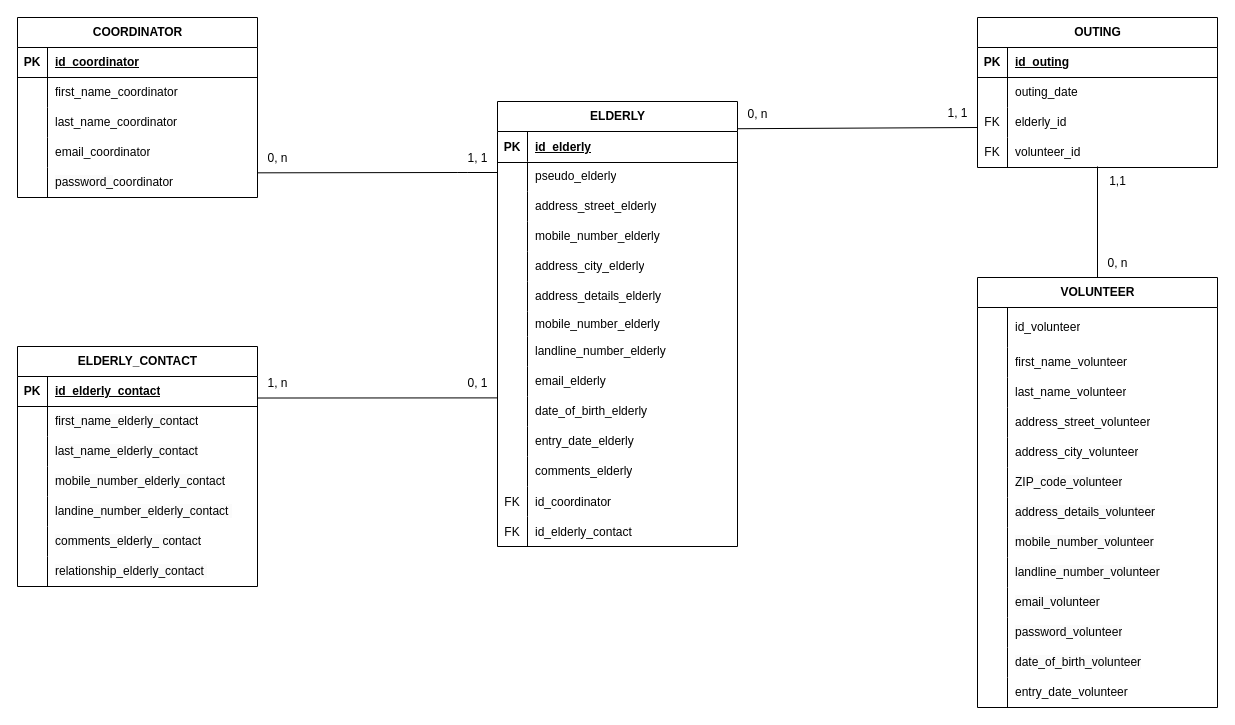
Earlier version of the draw.io diagram page "MLD_MaE" (2 of 4) of MCD_MaE.drawio (AnneGicquel/MCD_Marche_avec_Eliane). Source tidied: cells renumbered, new cells numbered last; positions are measured from the earlier drawing's top-left corner, leaving out a move shared by most shapes. Both pictures are drawn from the tidied source at 100%, with x=0, y=0 at pixel (17, 17).
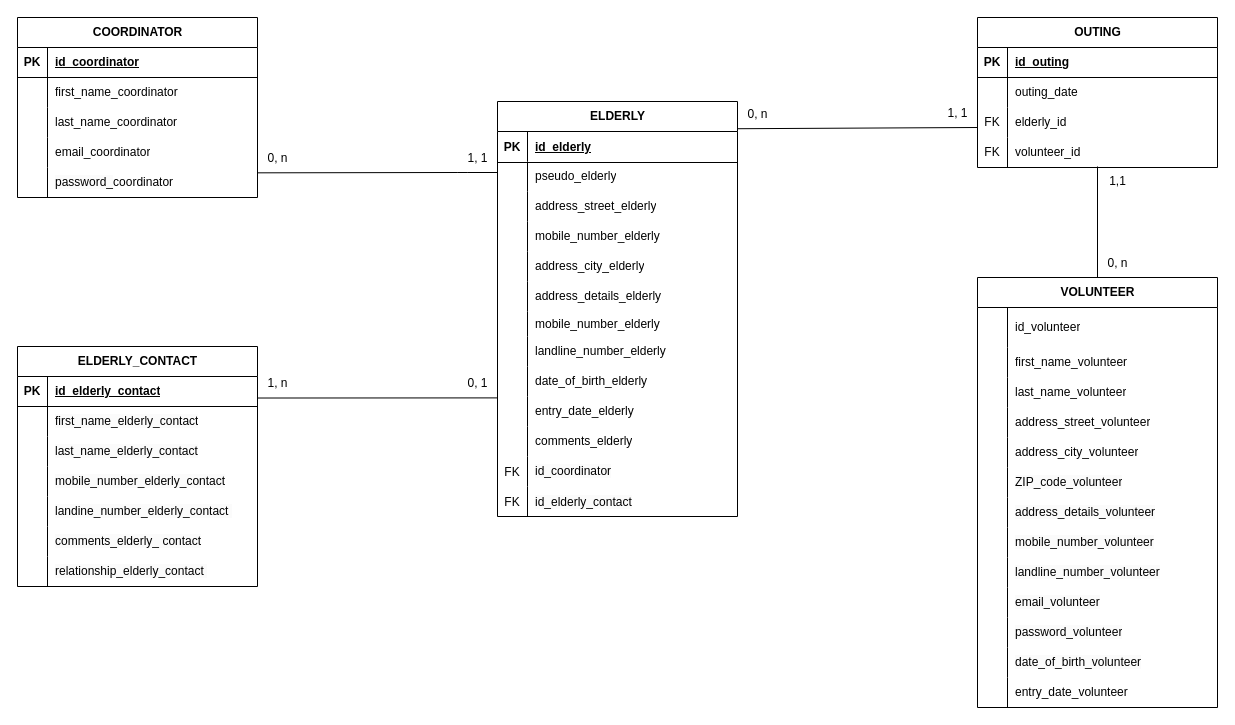
The same page after the edit.

The change refers to these unchanged cells:
```xml
<mxCell id="136" style="shape=tableRow;horizontal=0;startSize=0;swimlaneHead=0;swimlaneBody=0;fillColor=none;top=0;left=0;right=0;bottom=0;rounded=0;" parent="1" vertex="1">
  <mxGeometry x="480" y="500" width="240" height="30" as="geometry" />
</mxCell>
```

Change to the diagram source:
```diff
@@
     <mxCell id="31" value="ELDERLY" style="shape=table;startSize=30;childLayout=tableLayout;rowLines=0;fontStyle=1;align=center;html=1;rounded=0;" parent="1" vertex="1">
-      <mxGeometry x="480" y="84" width="240" height="445" as="geometry" />
+      <mxGeometry x="480" y="84" width="240" height="415" as="geometry" />
     </mxCell>
@@
-    <mxCell id="56" style="shape=tableRow;horizontal=0;startSize=0;swimlaneHead=0;swimlaneBody=0;fillColor=none;top=0;left=0;right=0;bottom=0;rounded=0;" parent="31" vertex="1">
-      <mxGeometry y="265" width="240" height="30" as="geometry" />
-    </mxCell>
-    <mxCell id="57" style="shape=partialRectangle;fillColor=none;top=0;left=0;bottom=0;right=0;overflow=hidden;whiteSpace=wrap;html=1;rounded=0;" parent="56" vertex="1">
-      <mxGeometry width="30" height="30" as="geometry" />
-    </mxCell>
-    <mxCell id="58" value="&lt;span style=&quot;white-space-collapse: preserve;&quot;&gt;email_&lt;/span&gt;&lt;span style=&quot;text-align: center; text-wrap: nowrap;&quot;&gt;elderly&lt;/span&gt;" style="shape=partialRectangle;fillColor=none;top=0;left=0;bottom=0;right=0;align=left;spacingLeft=6;overflow=hidden;whiteSpace=wrap;html=1;rounded=0;" parent="56" vertex="1">
-      <mxGeometry x="30" width="210" height="30" as="geometry" />
-    </mxCell>
     <mxCell id="59" style="shape=tableRow;horizontal=0;startSize=0;swimlaneHead=0;swimlaneBody=0;fillColor=none;top=0;left=0;right=0;bottom=0;rounded=0;" parent="31" vertex="1">
-      <mxGeometry y="295" width="240" height="30" as="geometry" />
+      <mxGeometry y="265" width="240" height="30" as="geometry" />
     </mxCell>
@@
     <mxCell id="62" style="shape=tableRow;horizontal=0;startSize=0;swimlaneHead=0;swimlaneBody=0;fillColor=none;top=0;left=0;right=0;bottom=0;rounded=0;" parent="31" vertex="1">
-      <mxGeometry y="325" width="240" height="30" as="geometry" />
+      <mxGeometry y="295" width="240" height="30" as="geometry" />
     </mxCell>
@@
     <mxCell id="65" style="shape=tableRow;horizontal=0;startSize=0;swimlaneHead=0;swimlaneBody=0;fillColor=none;top=0;left=0;right=0;bottom=0;rounded=0;" parent="31" vertex="1">
-      <mxGeometry y="355" width="240" height="30" as="geometry" />
+      <mxGeometry y="325" width="240" height="30" as="geometry" />
     </mxCell>
@@
     <mxCell id="68" style="shape=tableRow;horizontal=0;startSize=0;swimlaneHead=0;swimlaneBody=0;fillColor=none;top=0;left=0;right=0;bottom=0;rounded=0;" parent="31" vertex="1">
-      <mxGeometry y="385" width="240" height="30" as="geometry" />
+      <mxGeometry y="355" width="240" height="30" as="geometry" />
     </mxCell>
@@
-    <mxCell id="70" style="shape=partialRectangle;fillColor=none;top=0;left=0;bottom=0;right=0;align=left;spacingLeft=6;overflow=hidden;whiteSpace=wrap;html=1;rounded=0;" parent="68" vertex="1">
+    <mxCell id="70" value="&lt;span style=&quot;color: rgb(0, 0, 0); font-family: Helvetica; font-size: 12px; font-style: normal; font-variant-ligatures: normal; font-variant-caps: normal; font-weight: 400; letter-spacing: normal; orphans: 2; text-align: left; text-indent: 0px; text-transform: none; widows: 2; word-spacing: 0px; -webkit-text-stroke-width: 0px; white-space: normal; background-color: rgb(251, 251, 251); text-decoration-thickness: initial; text-decoration-style: initial; text-decoration-color: initial; display: inline !important; float: none;&quot;&gt;id_coordinator&lt;/span&gt;" style="shape=partialRectangle;fillColor=none;top=0;left=0;bottom=0;right=0;align=left;spacingLeft=6;overflow=hidden;whiteSpace=wrap;html=1;rounded=0;" parent="68" vertex="1">
       <mxGeometry x="30" width="210" height="30" as="geometry" />
     </mxCell>
     <mxCell id="71" style="shape=tableRow;horizontal=0;startSize=0;swimlaneHead=0;swimlaneBody=0;fillColor=none;top=0;left=0;right=0;bottom=0;rounded=0;" parent="31" vertex="1">
-      <mxGeometry y="415" width="240" height="30" as="geometry" />
+      <mxGeometry y="385" width="240" height="30" as="geometry" />
     </mxCell>
@@
-    <mxCell id="137" value="FK" style="shape=partialRectangle;fillColor=none;top=0;left=0;bottom=0;right=0;fontStyle=0;overflow=hidden;whiteSpace=wrap;html=1;rounded=0;" parent="136" vertex="1">
-      <mxGeometry width="30" height="30" as="geometry" />
-    </mxCell>
-    <mxCell id="138" value="id_coordinator" style="shape=partialRectangle;fillColor=none;top=0;left=0;bottom=0;right=0;align=left;spacingLeft=6;fontStyle=0;overflow=hidden;whiteSpace=wrap;html=1;rounded=0;" parent="1" vertex="1">
+    <mxCell id="138" value="&lt;span style=&quot;color: rgb(0, 0, 0); font-family: Helvetica; font-size: 12px; font-style: normal; font-variant-ligatures: normal; font-variant-caps: normal; font-weight: 400; letter-spacing: normal; orphans: 2; text-align: left; text-indent: 0px; text-transform: none; widows: 2; word-spacing: 0px; -webkit-text-stroke-width: 0px; white-space: normal; background-color: rgb(251, 251, 251); text-decoration-thickness: initial; text-decoration-style: initial; text-decoration-color: initial; display: inline !important; float: none;&quot;&gt;id_elderly_contact&lt;/span&gt;" style="shape=partialRectangle;fillColor=none;top=0;left=0;bottom=0;right=0;align=left;spacingLeft=6;fontStyle=0;overflow=hidden;whiteSpace=wrap;html=1;rounded=0;" parent="1" vertex="1">
       <mxGeometry x="510" y="470" width="210" height="30" as="geometry" />
     </mxCell>
@@
-    <mxCell id="140" value="id_elderly_contact" style="shape=partialRectangle;fillColor=none;top=0;left=0;bottom=0;right=0;align=left;spacingLeft=6;fontStyle=0;overflow=hidden;whiteSpace=wrap;html=1;rounded=0;" parent="1" vertex="1">
-      <mxGeometry x="510" y="500" width="210" height="30" as="geometry" />
-    </mxCell>
@@
+    <mxCell id="137" value="FK" style="shape=partialRectangle;fillColor=none;top=0;left=0;bottom=0;right=0;fontStyle=0;overflow=hidden;whiteSpace=wrap;html=1;rounded=0;" parent="1" vertex="1">
+      <mxGeometry x="480" y="440" width="30" height="30" as="geometry" />
+    </mxCell>
```
